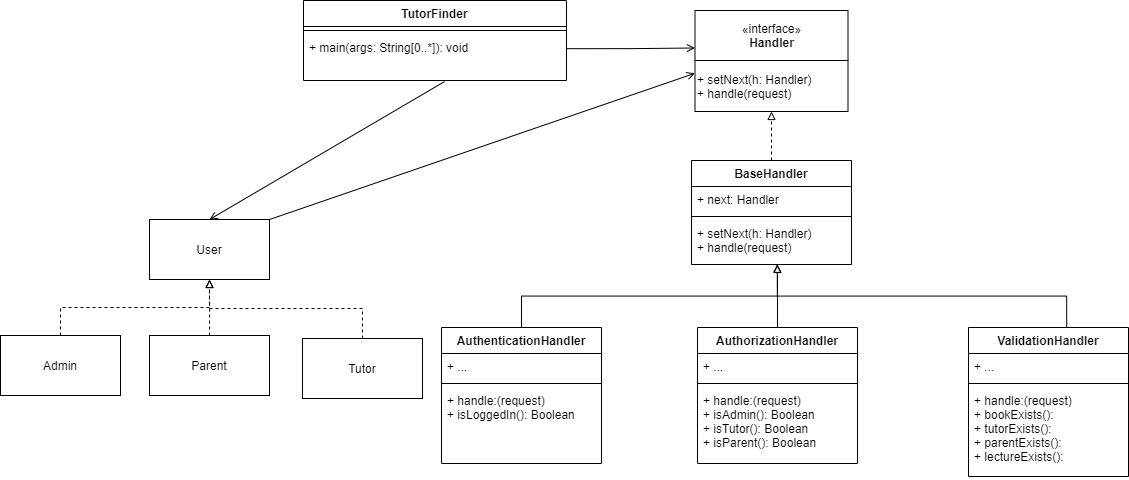
Earlier version of the draw.io export assignment-3/uml.png (Ozziekins/SSD). Source tidied: cells renumbered, new cells last; positions are measured from the earlier drawing's top-left corner, leaving out a move shared by most shapes.
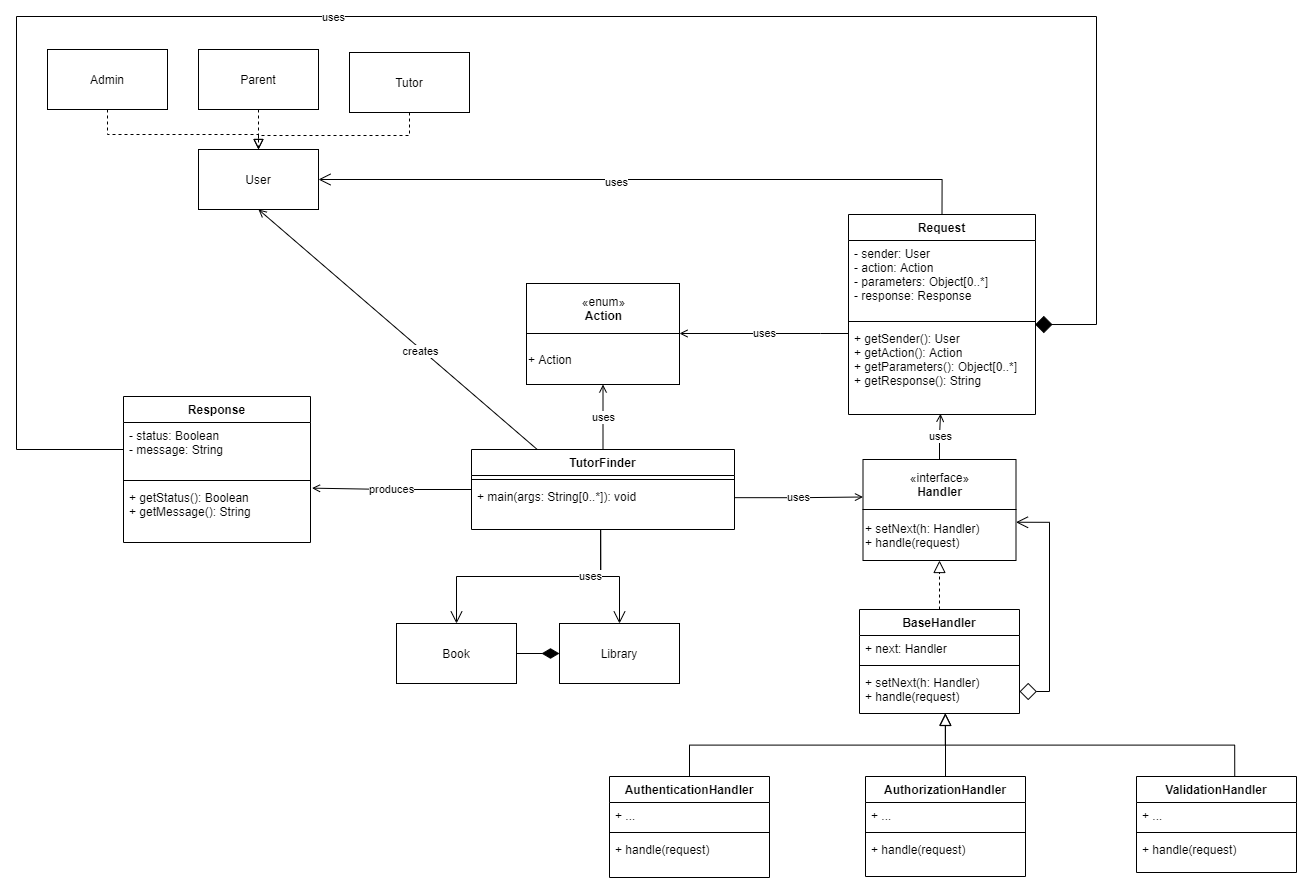
The same file after the commit.

The edit, as a diff of the source:
```diff
@@ -4,3 +4,3 @@
     <mxCell id="1" parent="0" />
-    <mxCell id="2" style="edgeStyle=orthogonalEdgeStyle;rounded=0;jettySize=auto;html=1;exitX=0.5;exitY=0;exitDx=0;exitDy=0;entryX=0.5;entryY=1;entryDx=0;entryDy=0;dashed=1;endArrow=block;endFill=0;" parent="1" edge="1" source="3" target="18">
+    <mxCell id="2" style="edgeStyle=orthogonalEdgeStyle;rounded=0;jettySize=auto;html=1;exitX=0.5;exitY=0;exitDx=0;exitDy=0;entryX=0.5;entryY=1;entryDx=0;entryDy=0;dashed=1;endArrow=block;endFill=0;endSize=10;" parent="1" edge="1" source="3" target="18">
       <mxGeometry relative="1" as="geometry" />
@@ -20,3 +20,3 @@
     <mxCell id="7" value="ValidationHandler" style="swimlane;fontStyle=1;align=center;verticalAlign=top;horizontal=1;startSize=26;" parent="1" vertex="1">
-      <mxGeometry x="968" y="327" width="160" height="149" as="geometry" />
+      <mxGeometry x="968" y="327" width="160" height="96" as="geometry" />
     </mxCell>
@@ -28,7 +28,7 @@
     </mxCell>
-    <mxCell id="10" value="+ handle:(request)&#10;+ bookExists():&#10;+ tutorExists():&#10;+ parentExists():&#10;+ lectureExists():" style="text;strokeColor=none;fillColor=none;align=left;verticalAlign=top;spacingLeft=4;spacingRight=4;overflow=hidden;" parent="7" vertex="1">
-      <mxGeometry y="60" width="160" height="89" as="geometry" />
+    <mxCell id="10" value="+ handle(request)" style="text;strokeColor=none;fillColor=none;align=left;verticalAlign=top;spacingLeft=4;spacingRight=4;overflow=hidden;" parent="7" vertex="1">
+      <mxGeometry y="60" width="160" height="36" as="geometry" />
     </mxCell>
     <mxCell id="11" value="AuthenticationHandler" style="swimlane;fontStyle=1;align=center;verticalAlign=top;horizontal=1;startSize=26;" parent="1" vertex="1">
-      <mxGeometry x="441" y="327" width="160" height="136" as="geometry" />
+      <mxGeometry x="441" y="327" width="160" height="101" as="geometry" />
     </mxCell>
@@ -40,6 +40,6 @@
     </mxCell>
-    <mxCell id="14" value="+ handle:(request)&#10;+ isLoggedIn(): Boolean" style="text;strokeColor=none;fillColor=none;align=left;verticalAlign=top;spacingLeft=4;spacingRight=4;overflow=hidden;" parent="11" vertex="1">
-      <mxGeometry y="60" width="160" height="76" as="geometry" />
+    <mxCell id="14" value="+ handle(request)" style="text;strokeColor=none;fillColor=none;align=left;verticalAlign=top;spacingLeft=4;spacingRight=4;overflow=hidden;" parent="11" vertex="1">
+      <mxGeometry y="60" width="160" height="41" as="geometry" />
     </mxCell>
-    <mxCell id="15" style="edgeStyle=orthogonalEdgeStyle;rounded=0;jettySize=auto;html=1;exitX=1.002;exitY=0.308;exitDx=0;exitDy=0;entryX=0;entryY=0.75;entryDx=0;entryDy=0;endArrow=open;endFill=0;exitPerimeter=0;" parent="1" edge="1" source="23" target="17">
+    <mxCell id="15" value="uses" style="edgeStyle=orthogonalEdgeStyle;rounded=0;jettySize=auto;html=1;exitX=1.002;exitY=0.308;exitDx=0;exitDy=0;entryX=0;entryY=0.75;entryDx=0;entryDy=0;endArrow=open;endFill=0;exitPerimeter=0;" parent="1" edge="1" source="25" target="17">
       <mxGeometry relative="1" as="geometry" />
@@ -55,6 +55,6 @@
     </mxCell>
-    <mxCell id="19" style="edgeStyle=orthogonalEdgeStyle;rounded=0;jettySize=auto;html=1;exitX=0.5;exitY=0;exitDx=0;exitDy=0;entryX=0.536;entryY=0.995;entryDx=0;entryDy=0;endArrow=block;endFill=0;entryPerimeter=0;" parent="1" edge="1" source="11" target="6">
+    <mxCell id="19" style="edgeStyle=orthogonalEdgeStyle;rounded=0;jettySize=auto;html=1;exitX=0.5;exitY=0;exitDx=0;exitDy=0;entryX=0.536;entryY=0.995;entryDx=0;entryDy=0;endArrow=block;endFill=0;entryPerimeter=0;endSize=10;" parent="1" edge="1" source="11" target="6">
       <mxGeometry x="34" y="268" as="geometry" />
     </mxCell>
-    <mxCell id="20" style="edgeStyle=orthogonalEdgeStyle;rounded=0;jettySize=auto;html=1;exitX=0.614;exitY=-0.005;exitDx=0;exitDy=0;endArrow=block;endFill=0;exitPerimeter=0;" parent="1" edge="1" source="7">
+    <mxCell id="20" style="edgeStyle=orthogonalEdgeStyle;rounded=0;jettySize=auto;html=1;exitX=0.614;exitY=-0.005;exitDx=0;exitDy=0;endArrow=block;endFill=0;exitPerimeter=0;endSize=10;" parent="1" edge="1" source="7">
       <mxGeometry x="44" y="280" as="geometry">
@@ -63,62 +63,154 @@
     </mxCell>
-    <mxCell id="21" value="TutorFinder" style="swimlane;fontStyle=1;align=center;verticalAlign=top;horizontal=1;startSize=26;" parent="1" vertex="1">
-      <mxGeometry x="303" width="263" height="80" as="geometry" />
+    <mxCell id="21" value="uses" style="edgeStyle=orthogonalEdgeStyle;rounded=0;jettySize=auto;html=1;exitX=0.5;exitY=0;exitDx=0;exitDy=0;entryX=0.5;entryY=1;entryDx=0;entryDy=0;endArrow=open;endFill=0;" parent="1" edge="1" source="23" target="42">
+      <mxGeometry relative="1" as="geometry" />
     </mxCell>
-    <mxCell id="22" style="line;strokeWidth=1;fillColor=none;align=left;verticalAlign=middle;spacingTop=-1;spacingLeft=3;spacingRight=3;labelPosition=right;" parent="21" vertex="1">
-      <mxGeometry y="26" width="263" height="8" as="geometry" />
+    <mxCell id="22" value="produces" style="edgeStyle=orthogonalEdgeStyle;rounded=0;jettySize=auto;html=1;exitX=0;exitY=0.5;exitDx=0;exitDy=0;entryX=1.008;entryY=0.063;entryDx=0;entryDy=0;entryPerimeter=0;endArrow=open;endFill=0;" parent="1" edge="1" source="23" target="57">
+      <mxGeometry relative="1" as="geometry" />
     </mxCell>
-    <mxCell id="23" value="+ main(args: String[0..*]): void" style="text;strokeColor=none;fillColor=none;align=left;verticalAlign=top;spacingLeft=4;spacingRight=4;overflow=hidden;points=[[0,0.5],[1,0.5]];portConstraint=eastwest;" parent="21" vertex="1">
-      <mxGeometry y="34" width="263" height="46" as="geometry" />
+    <mxCell id="23" value="TutorFinder" style="swimlane;fontStyle=1;align=center;verticalAlign=top;horizontal=1;startSize=26;" parent="1" vertex="1">
+      <mxGeometry x="303" width="263" height="80" as="geometry" />
     </mxCell>
-    <mxCell id="24" style="edgeStyle=orthogonalEdgeStyle;rounded=0;jettySize=auto;html=1;exitX=0.5;exitY=0;exitDx=0;exitDy=0;entryX=0.5;entryY=1;entryDx=0;entryDy=0;endArrow=block;endFill=0;dashed=1;" parent="1" edge="1" source="25" target="37">
-      <mxGeometry relative="1" as="geometry" />
+    <mxCell id="24" style="line;strokeWidth=1;fillColor=none;align=left;verticalAlign=middle;spacingTop=-1;spacingLeft=3;spacingRight=3;labelPosition=right;" parent="23" vertex="1">
+      <mxGeometry y="26" width="263" height="8" as="geometry" />
     </mxCell>
-    <mxCell id="25" value="Admin" style="rounded=0;whiteSpace=wrap;html=1;" parent="1" vertex="1">
-      <mxGeometry y="335" width="120" height="60" as="geometry" />
+    <mxCell id="25" value="+ main(args: String[0..*]): void" style="text;strokeColor=none;fillColor=none;align=left;verticalAlign=top;spacingLeft=4;spacingRight=4;overflow=hidden;points=[[0,0.5],[1,0.5]];portConstraint=eastwest;" parent="23" vertex="1">
+      <mxGeometry y="34" width="263" height="46" as="geometry" />
     </mxCell>
-    <mxCell id="26" style="edgeStyle=orthogonalEdgeStyle;rounded=0;jettySize=auto;html=1;exitX=0.5;exitY=0;exitDx=0;exitDy=0;endArrow=none;endFill=0;dashed=1;" parent="1" edge="1" source="27">
+    <mxCell id="26" style="edgeStyle=orthogonalEdgeStyle;rounded=0;jettySize=auto;html=1;entryX=0.5;entryY=0;entryDx=0;entryDy=0;startArrow=none;startFill=0;endArrow=block;endFill=0;startSize=10;endSize=8;dashed=1;" parent="1" edge="1" source="27" target="39">
       <mxGeometry relative="1" as="geometry">
-        <mxPoint x="209.1" y="301.8" as="targetPoint" />
+        <Array as="points">
+          <mxPoint x="-61" y="-315" />
+          <mxPoint x="90" y="-315" />
+        </Array>
       </mxGeometry>
     </mxCell>
-    <mxCell id="27" value="Parent" style="rounded=0;whiteSpace=wrap;html=1;" parent="1" vertex="1">
-      <mxGeometry x="149" y="335" width="120" height="60" as="geometry" />
+    <mxCell id="27" value="Admin" style="rounded=0;whiteSpace=wrap;html=1;" parent="1" vertex="1">
+      <mxGeometry x="-121" y="-400" width="120" height="60" as="geometry" />
     </mxCell>
-    <mxCell id="28" style="edgeStyle=orthogonalEdgeStyle;rounded=0;jettySize=auto;html=1;entryX=0.5;entryY=1;entryDx=0;entryDy=0;endArrow=block;endFill=0;dashed=1;" parent="1" edge="1" source="29" target="37">
-      <mxGeometry relative="1" as="geometry">
-        <Array as="points">
-          <mxPoint x="362" y="308" />
-          <mxPoint x="209" y="308" />
-        </Array>
-      </mxGeometry>
+    <mxCell id="28" style="edgeStyle=orthogonalEdgeStyle;rounded=0;jettySize=auto;html=1;exitX=0.5;exitY=1;exitDx=0;exitDy=0;endArrow=none;endFill=0;dashed=1;entryX=0.5;entryY=0;entryDx=0;entryDy=0;" parent="1" edge="1" source="29" target="39">
+      <mxGeometry relative="1" as="geometry" />
     </mxCell>
-    <mxCell id="29" value="Tutor" style="rounded=0;whiteSpace=wrap;html=1;" parent="1" vertex="1">
-      <mxGeometry x="302" y="338" width="120" height="60" as="geometry" />
+    <mxCell id="29" value="Parent" style="rounded=0;whiteSpace=wrap;html=1;" parent="1" vertex="1">
+      <mxGeometry x="30" y="-400" width="120" height="60" as="geometry" />
     </mxCell>
-    <mxCell id="30" style="edgeStyle=orthogonalEdgeStyle;rounded=0;jettySize=auto;html=1;endArrow=none;endFill=0;" parent="1" edge="1" source="31">
+    <mxCell id="30" style="edgeStyle=orthogonalEdgeStyle;rounded=0;jettySize=auto;html=1;entryX=0.5;entryY=0;entryDx=0;entryDy=0;dashed=1;startArrow=none;startFill=0;endArrow=block;endFill=0;startSize=10;endSize=8;" parent="1" edge="1" source="31" target="39">
       <mxGeometry relative="1" as="geometry">
-        <mxPoint x="777" y="291" as="targetPoint" />
+        <Array as="points">
+          <mxPoint x="241" y="-314" />
+          <mxPoint x="90" y="-314" />
+        </Array>
       </mxGeometry>
     </mxCell>
-    <mxCell id="31" value="AuthorizationHandler" style="swimlane;fontStyle=1;align=center;verticalAlign=top;horizontal=1;startSize=26;" parent="1" vertex="1">
-      <mxGeometry x="697" y="327" width="160" height="136" as="geometry" />
+    <mxCell id="31" value="Tutor" style="rounded=0;whiteSpace=wrap;html=1;" parent="1" vertex="1">
+      <mxGeometry x="181" y="-397" width="120" height="60" as="geometry" />
     </mxCell>
-    <mxCell id="32" value="+ ..." style="text;strokeColor=none;fillColor=none;align=left;verticalAlign=top;spacingLeft=4;spacingRight=4;overflow=hidden;" parent="31" vertex="1">
-      <mxGeometry y="26" width="160" height="26" as="geometry" />
+    <mxCell id="32" style="edgeStyle=orthogonalEdgeStyle;rounded=0;jettySize=auto;html=1;endArrow=none;endFill=0;" parent="1" edge="1" source="33">
+      <mxGeometry relative="1" as="geometry">
+        <mxPoint x="777" y="291" as="targetPoint" />
+      </mxGeometry>
     </mxCell>
-    <mxCell id="33" style="line;strokeWidth=1;fillColor=none;align=left;verticalAlign=middle;spacingTop=-1;spacingLeft=3;spacingRight=3;labelPosition=right;points=[];portConstraint=eastwest;" parent="31" vertex="1">
-      <mxGeometry y="52" width="160" height="8" as="geometry" />
+    <mxCell id="33" value="AuthorizationHandler" style="swimlane;fontStyle=1;align=center;verticalAlign=top;horizontal=1;startSize=26;" parent="1" vertex="1">
+      <mxGeometry x="697" y="327" width="160" height="100" as="geometry" />
     </mxCell>
-    <mxCell id="34" value="+ handle:(request)&#10;+ isAdmin(): Boolean&#10;+ isTutor(): Boolean&#10;+ isParent(): Boolean" style="text;strokeColor=none;fillColor=none;align=left;verticalAlign=top;spacingLeft=4;spacingRight=4;overflow=hidden;" parent="31" vertex="1">
-      <mxGeometry y="60" width="160" height="76" as="geometry" />
+    <mxCell id="34" value="+ ..." style="text;strokeColor=none;fillColor=none;align=left;verticalAlign=top;spacingLeft=4;spacingRight=4;overflow=hidden;" parent="33" vertex="1">
+      <mxGeometry y="26" width="160" height="26" as="geometry" />
     </mxCell>
-    <mxCell id="35" style="rounded=0;jettySize=auto;html=1;exitX=0.5;exitY=0;exitDx=0;exitDy=0;entryX=0.536;entryY=1.024;entryDx=0;entryDy=0;entryPerimeter=0;endArrow=none;endFill=0;startArrow=open;startFill=0;" parent="1" edge="1" source="37" target="23">
-      <mxGeometry relative="1" as="geometry" />
+    <mxCell id="35" style="line;strokeWidth=1;fillColor=none;align=left;verticalAlign=middle;spacingTop=-1;spacingLeft=3;spacingRight=3;labelPosition=right;" parent="33" vertex="1">
+      <mxGeometry y="52" width="160" height="8" as="geometry" />
     </mxCell>
-    <mxCell id="36" style="edgeStyle=none;rounded=0;jettySize=auto;html=1;exitX=1;exitY=0;exitDx=0;exitDy=0;entryX=0;entryY=0.25;entryDx=0;entryDy=0;startArrow=none;startFill=0;endArrow=open;endFill=0;" parent="1" edge="1" source="37" target="18">
-      <mxGeometry relative="1" as="geometry" />
+    <mxCell id="36" value="+ handle(request)" style="text;strokeColor=none;fillColor=none;align=left;verticalAlign=top;spacingLeft=4;spacingRight=4;overflow=hidden;" parent="33" vertex="1">
+      <mxGeometry y="60" width="160" height="40" as="geometry" />
     </mxCell>
-    <mxCell id="37" value="User" style="rounded=0;whiteSpace=wrap;html=1;" parent="1" vertex="1">
-      <mxGeometry x="149" y="219" width="120" height="60" as="geometry" />
+    <mxCell id="37" style="rounded=0;jettySize=auto;html=1;exitX=0.5;exitY=1;exitDx=0;exitDy=0;entryX=0.25;entryY=0;entryDx=0;entryDy=0;endArrow=none;endFill=0;startArrow=open;startFill=0;" parent="1" edge="1" source="39" target="23">
+      <mxGeometry relative="1" as="geometry" />
     </mxCell>
+    <mxCell id="38" value="creates" style="edgeLabel;html=1;align=center;verticalAlign=middle;" parent="37" vertex="1">
+      <mxGeometry x="0.16" y="-2" relative="1" as="geometry" />
+    </mxCell>
+    <mxCell id="39" value="User" style="rounded=0;whiteSpace=wrap;html=1;" parent="1" vertex="1">
+      <mxGeometry x="30" y="-300" width="120" height="60" as="geometry" />
+    </mxCell>
+    <mxCell id="40" style="group;" parent="1" vertex="1">
+      <mxGeometry x="358" y="-166" width="153" height="101" as="geometry" />
+    </mxCell>
+    <mxCell id="41" value="«enum»&lt;br&gt;&lt;b&gt;Action&lt;/b&gt;" style="html=1;" parent="40" vertex="1">
+      <mxGeometry width="153" height="50" as="geometry" />
+    </mxCell>
+    <mxCell id="42" value="+ Action" style="rounded=0;whiteSpace=wrap;html=1;align=left;" parent="40" vertex="1">
+      <mxGeometry y="50" width="153" height="51" as="geometry" />
+    </mxCell>
+    <mxCell id="43" style="edgeStyle=orthogonalEdgeStyle;rounded=0;jettySize=auto;html=1;exitX=0.5;exitY=0;exitDx=0;exitDy=0;entryX=1;entryY=0.5;entryDx=0;entryDy=0;startArrow=none;startFill=0;endArrow=open;endFill=0;startSize=10;endSize=10;" parent="1" edge="1" source="45" target="39">
+      <mxGeometry relative="1" as="geometry" />
+    </mxCell>
+    <mxCell id="44" value="uses" style="edgeLabel;html=1;align=center;verticalAlign=middle;" parent="43" vertex="1">
+      <mxGeometry x="0.1" y="2" relative="1" as="geometry" />
+    </mxCell>
+    <mxCell id="45" value="Request" style="swimlane;fontStyle=1;align=center;verticalAlign=top;horizontal=1;startSize=26;" parent="1" vertex="1">
+      <mxGeometry x="680" y="-235" width="187" height="200" as="geometry" />
+    </mxCell>
+    <mxCell id="46" value="- sender: User&#10;- action: Action&#10;- parameters: Object[0..*]&#10;- response: Response" style="text;strokeColor=none;fillColor=none;align=left;verticalAlign=top;spacingLeft=4;spacingRight=4;overflow=hidden;" parent="45" vertex="1">
+      <mxGeometry y="26" width="187" height="77" as="geometry" />
+    </mxCell>
+    <mxCell id="47" style="line;strokeWidth=1;fillColor=none;align=left;verticalAlign=middle;spacingTop=-1;spacingLeft=3;spacingRight=3;labelPosition=right;" parent="45" vertex="1">
+      <mxGeometry y="103" width="187" height="8" as="geometry" />
+    </mxCell>
+    <mxCell id="48" value="+ getSender(): User&#10;+ getAction(): Action&#10;+ getParameters(): Object[0..*]&#10;+ getResponse(): String" style="text;strokeColor=none;fillColor=none;align=left;verticalAlign=top;spacingLeft=4;spacingRight=4;overflow=hidden;points=[[0,0.5],[1,0.5]];portConstraint=eastwest;" parent="45" vertex="1">
+      <mxGeometry y="111" width="187" height="89" as="geometry" />
+    </mxCell>
+    <mxCell id="49" style="edgeStyle=orthogonalEdgeStyle;rounded=0;jettySize=auto;html=1;exitX=0.5;exitY=0;exitDx=0;exitDy=0;entryX=0.491;entryY=1.003;entryDx=0;entryDy=0;entryPerimeter=0;startArrow=open;startFill=0;endArrow=none;endFill=0;startSize=10;endSize=8;" parent="1" edge="1" source="50" target="25">
+      <mxGeometry relative="1" as="geometry" />
+    </mxCell>
+    <mxCell id="50" value="Book" style="rounded=0;whiteSpace=wrap;html=1;" parent="1" vertex="1">
+      <mxGeometry x="228" y="174" width="120" height="60" as="geometry" />
+    </mxCell>
+    <mxCell id="51" style="edgeStyle=orthogonalEdgeStyle;rounded=0;jettySize=auto;html=1;exitX=1;exitY=0.5;exitDx=0;exitDy=0;entryX=0;entryY=0.5;entryDx=0;entryDy=0;endArrow=diamondThin;endFill=1;startSize=10;endSize=15;" parent="1" edge="1" source="50" target="53">
+      <mxGeometry relative="1" as="geometry" />
+    </mxCell>
+    <mxCell id="52" value="uses" style="edgeStyle=orthogonalEdgeStyle;rounded=0;jettySize=auto;html=1;exitX=0.5;exitY=0;exitDx=0;exitDy=0;startArrow=open;startFill=0;endArrow=none;endFill=0;startSize=10;endSize=8;" parent="1" edge="1" source="53">
+      <mxGeometry x="0.17" y="10" relative="1" as="geometry">
+        <mxPoint x="432.1" y="80.1" as="targetPoint" />
+      </mxGeometry>
+    </mxCell>
+    <mxCell id="53" value="Library" style="rounded=0;whiteSpace=wrap;html=1;" parent="1" vertex="1">
+      <mxGeometry x="391" y="174" width="120" height="60" as="geometry" />
+    </mxCell>
+    <mxCell id="54" value="Response" style="swimlane;fontStyle=1;align=center;verticalAlign=top;horizontal=1;startSize=26;" parent="1" vertex="1">
+      <mxGeometry x="-45" y="-53" width="187" height="146" as="geometry" />
+    </mxCell>
+    <mxCell id="55" value="- status: Boolean&#10;- message: String" style="text;strokeColor=none;fillColor=none;align=left;verticalAlign=top;spacingLeft=4;spacingRight=4;overflow=hidden;points=[[0,0.5],[1,0.5]];portConstraint=eastwest;" parent="54" vertex="1">
+      <mxGeometry y="26" width="187" height="54" as="geometry" />
+    </mxCell>
+    <mxCell id="56" style="line;strokeWidth=1;fillColor=none;align=left;verticalAlign=middle;spacingTop=-1;spacingLeft=3;spacingRight=3;labelPosition=right;" parent="54" vertex="1">
+      <mxGeometry y="80" width="187" height="8" as="geometry" />
+    </mxCell>
+    <mxCell id="57" value="+ getStatus(): Boolean&#10;+ getMessage(): String" style="text;strokeColor=none;fillColor=none;align=left;verticalAlign=top;spacingLeft=4;spacingRight=4;overflow=hidden;points=[[0,0.5],[1,0.5]];portConstraint=eastwest;" parent="54" vertex="1">
+      <mxGeometry y="88" width="187" height="58" as="geometry" />
+    </mxCell>
+    <mxCell id="58" value="uses" style="edgeStyle=orthogonalEdgeStyle;rounded=0;jettySize=auto;html=1;entryX=0.492;entryY=0.992;entryDx=0;entryDy=0;entryPerimeter=0;endArrow=open;endFill=0;" parent="1" edge="1" source="17" target="48">
+      <mxGeometry relative="1" as="geometry" />
+    </mxCell>
+    <mxCell id="59" value="uses" style="edgeStyle=orthogonalEdgeStyle;rounded=0;jettySize=auto;html=1;entryX=1;entryY=0;entryDx=0;entryDy=0;endArrow=open;endFill=0;" parent="1" edge="1" source="48" target="42">
+      <mxGeometry relative="1" as="geometry">
+        <Array as="points">
+          <mxPoint x="652" y="-116" />
+          <mxPoint x="652" y="-116" />
+        </Array>
+      </mxGeometry>
+    </mxCell>
+    <mxCell id="60" style="edgeStyle=orthogonalEdgeStyle;rounded=0;jettySize=auto;html=1;exitX=1;exitY=0.25;exitDx=0;exitDy=0;entryX=1;entryY=0.5;entryDx=0;entryDy=0;endArrow=diamond;endFill=0;startSize=10;endSize=15;startArrow=open;startFill=0;" parent="1" edge="1" source="18" target="6">
+      <mxGeometry relative="1" as="geometry" />
+    </mxCell>
+    <mxCell id="61" style="edgeStyle=orthogonalEdgeStyle;rounded=0;jettySize=auto;html=1;entryX=0.998;entryY=-0.011;entryDx=0;entryDy=0;startArrow=none;startFill=0;endArrow=diamond;endFill=1;startSize=10;endSize=15;exitX=0;exitY=0.5;exitDx=0;exitDy=0;targetPerimeterSpacing=10;sourcePerimeterSpacing=15;entryPerimeter=0;" parent="1" edge="1" source="55" target="48">
+      <mxGeometry relative="1" as="geometry">
+        <Array as="points">
+          <mxPoint x="-152" />
+          <mxPoint x="-152" y="-433" />
+          <mxPoint x="928" y="-433" />
+          <mxPoint x="928" y="-125" />
+        </Array>
+      </mxGeometry>
+    </mxCell>
+    <mxCell id="62" value="uses" style="edgeLabel;html=1;align=center;verticalAlign=middle;" parent="61" vertex="1">
+      <mxGeometry x="-0.14" relative="1" as="geometry" />
+    </mxCell>
   </root>
```
